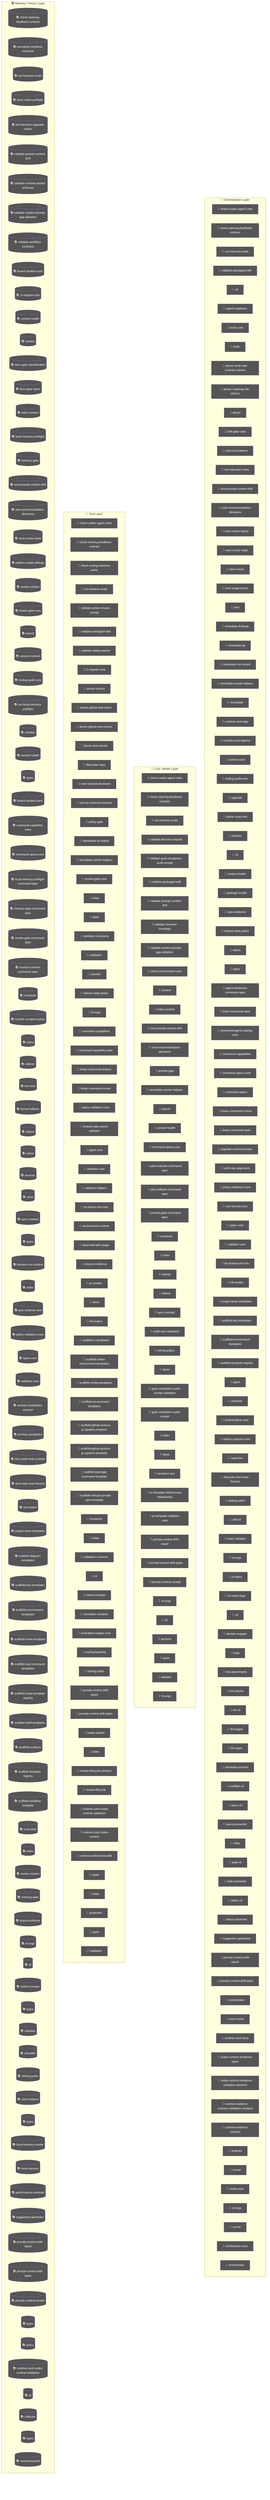
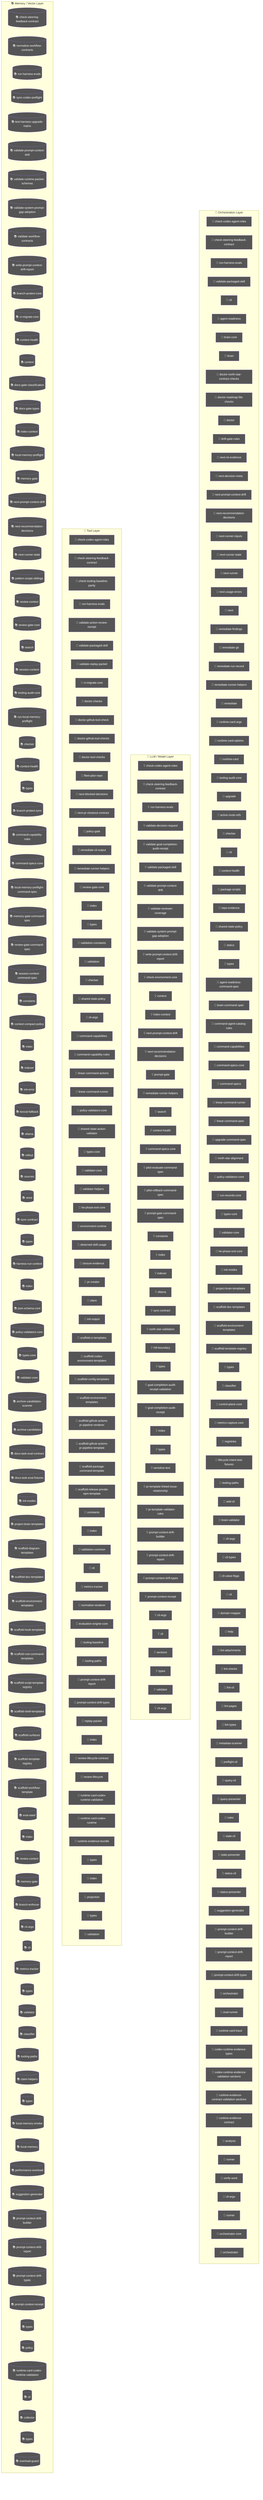
flowchart TD
  subgraph Orchestration["🎯 Orchestration Layer"]
    node_agent_mmd_orchestration_layer_orchestration_chec_7a9f0b64["🤖 check-codex-agent-roles"]
    node_agent_mmd_orchestration_layer_orchestration_chec_7fd47f5c["🤖 check-steering-feedback-contract"]
    node_agent_mmd_orchestration_layer_orchestration_run__18817957["🤖 run-harness-evals"]
    node_agent_mmd_orchestration_layer_orchestration_vali_c01b04be["🤖 validate-packaged-skill"]
    cli_99bb8840["🤖 cli"]
    agent_readiness_c82c68e6["🤖 agent-readiness"]
    brain_core_aa07c380["🤖 brain-core"]
    brain_bbbf7a64["🤖 brain"]
    doctor_north_star_contract_checks_0048124c["🤖 doctor-north-star-contract-checks"]
    doctor_roadmap_file_checks_14447b8e["🤖 doctor-roadmap-file-checks"]
    doctor_72f4be89["🤖 doctor"]
    drift_gate_rules_9685e72d["🤖 drift-gate-rules"]
    next_cli_evidence_2385bd04["🤖 next-cli-evidence"]
    next_decision_meta_c58bc91b["🤖 next-decision-meta"]
    node_agent_mmd_orchestration_layer_orchestration_next_bd28cb25["🤖 next-prompt-context-drift"]
    node_agent_mmd_orchestration_layer_orchestration_next_2419fcae["🤖 next-recommendation-decisions"]
    next_runner_inputs_754dba64["🤖 next-runner-inputs"]
    node_agent_mmd_orchestration_layer_orchestration_next_5393fba1["🤖 next-runner-state"]
    next_runner_41643472["🤖 next-runner"]
    next_usage_errors_837a345a["🤖 next-usage-errors"]
    next_c6c1c9a9["🤖 next"]
    remediate_findings_8b09c8c6["🤖 remediate-findings"]
    remediate_git_58c6f6f4["🤖 remediate-git"]
    remediate_run_record_9dfe5dc1["🤖 remediate-run-record"]
    node_agent_mmd_orchestration_layer_orchestration_reme_359fe98f["🤖 remediate-runner-helpers"]
    remediate_06b9c7fc["🤖 remediate"]
    runtime_card_args_2b3d4b28["🤖 runtime-card-args"]
    runtime_card_options_c9156ad5["🤖 runtime-card-options"]
    runtime_card_e06b53e1["🤖 runtime-card"]
    node_agent_mmd_orchestration_layer_orchestration_tool_acfe0c01["🤖 tooling-audit-core"]
    upgrade_7fef9479["🤖 upgrade"]
    active_route_refs_d7a46846["🤖 active-route-refs"]
    node_agent_mmd_orchestration_layer_orchestration_chec_0550c395["🤖 checker"]
    cli_1_084e05fe["🤖 cli"]
    node_agent_mmd_orchestration_layer_orchestration_cont_61b3b9c9["🤖 context-health"]
    package_scripts_3ee6150f["🤖 package-scripts"]
    repo_evidence_38bb1de5["🤖 repo-evidence"]
    node_agent_mmd_orchestration_layer_orchestration_shar_724ef5f0["🤖 shared-state-policy"]
    status_073c1634["🤖 status"]
    node_agent_mmd_orchestration_layer_orchestration_type_4f906dcc["🤖 types"]
    agent_readiness_command_spec_a30c2c1e["🤖 agent-readiness-command-spec"]
    brain_command_spec_15b122d5["🤖 brain-command-spec"]
    command_agent_catalog_rules_8e06b2af["🤖 command-agent-catalog-rules"]
    node_agent_mmd_orchestration_layer_orchestration_comm_6e41a7f7["🤖 command-capabilities"]
    node_agent_mmd_orchestration_layer_orchestration_comm_1f8cc24c["🤖 command-specs-core"]
    command_specs_69167c63["🤖 command-specs"]
    node_agent_mmd_orchestration_layer_orchestration_line_b67affd5["🤖 linear-command-runner"]
    linear_command_spec_1e12dd44["🤖 linear-command-spec"]
    upgrade_command_spec_03f6c7bd["🤖 upgrade-command-spec"]
    north_star_alignment_00440188["🤖 north-star-alignment"]
    node_agent_mmd_orchestration_layer_orchestration_poli_3270b55d["🤖 policy-validators-core"]
    run_records_core_89286dfa["🤖 run-records-core"]
    node_agent_mmd_orchestration_layer_orchestration_type_7cf81261["🤖 types-core"]
    node_agent_mmd_orchestration_layer_orchestration_vali_d9fe99e6["🤖 validator-core"]
    node_agent_mmd_orchestration_layer_orchestration_he_p_fc778c24["🤖 he-phase-exit-core"]
    node_agent_mmd_orchestration_layer_orchestration_init_2a9c3ecb["🤖 init-modes"]
    node_agent_mmd_orchestration_layer_orchestration_proj_6ab6f60f["🤖 project-brain-templates"]
    node_agent_mmd_orchestration_layer_orchestration_scaf_12cc07db["🤖 scaffold-doc-templates"]
    node_agent_mmd_orchestration_layer_orchestration_scaf_c9a90c2f["🤖 scaffold-environment-templates"]
    node_agent_mmd_orchestration_layer_orchestration_scaf_ff8f92f6["🤖 scaffold-template-registry"]
    types_17_ed30531c["🤖 types"]
    node_agent_mmd_orchestration_layer_orchestration_clas_899b821a["🤖 classifier"]
    control_plane_core_db3b4cb2["🤖 control-plane-core"]
    metrics_capture_core_db4bf7cf["🤖 metrics-capture-core"]
    registries_06402afa["🤖 registries"]
    lifecycle_intent_test_fixtures_a53c7ada["🤖 lifecycle-intent-test-fixtures"]
    node_agent_mmd_orchestration_layer_orchestration_tool_6fb851c8["🤖 tooling-paths"]
    add_cli_7614de25["🤖 add-cli"]
    brain_validator_be251832["🤖 brain-validator"]
    cli_args_8_d546936e["🤖 cli-args"]
    cli_types_1686e858["🤖 cli-types"]
    cli_value_flags_732a8e43["🤖 cli-value-flags"]
    cli_10_35dc8cbd["🤖 cli"]
    domain_mapper_cd9333d2["🤖 domain-mapper"]
    help_106a5842["🤖 help"]
    lint_attachments_873c0632["🤖 lint-attachments"]
    lint_checks_83522b19["🤖 lint-checks"]
    lint_cli_9ec62ec0["🤖 lint-cli"]
    lint_pages_e33301d0["🤖 lint-pages"]
    lint_types_2862c255["🤖 lint-types"]
    metadata_scanner_6a101b66["🤖 metadata-scanner"]
    preflight_cli_5d148379["🤖 preflight-cli"]
    query_cli_b95be64d["🤖 query-cli"]
    query_presenter_02e6077c["🤖 query-presenter"]
    rules_6c621d1a["🤖 rules"]
    stale_cli_64548720["🤖 stale-cli"]
    stale_presenter_1de4e3a2["🤖 stale-presenter"]
    status_cli_4c24a0d6["🤖 status-cli"]
    status_presenter_8de686c1["🤖 status-presenter"]
    node_agent_mmd_orchestration_layer_orchestration_sugg_85c5ebe3["🤖 suggestion-generator"]
+     node_agent_mmd_orchestration_layer_orchestration_prom_e7fa0708["🤖 prompt-context-drift-builder"]
    node_agent_mmd_orchestration_layer_orchestration_prom_d17b4de2["🤖 prompt-context-drift-report"]
    node_agent_mmd_orchestration_layer_orchestration_prom_77088997["🤖 prompt-context-drift-types"]
    orchestrator_11376b7e["🤖 orchestrator"]
    eval_runner_0966a6b3["🤖 eval-runner"]
    runtime_card_trace_64a5ca95["🤖 runtime-card-trace"]
    codex_runtime_evidence_types_f55808dd["🤖 codex-runtime-evidence-types"]
    codex_runtime_evidence_validation_sections_6d236b4a["🤖 codex-runtime-evidence-validation-sections"]
    runtime_evidence_contract_validation_sections_1779ca7c["🤖 runtime-evidence-contract-validation-sections"]
    runtime_evidence_contract_0f7b15b2["🤖 runtime-evidence-contract"]
    analysis_f44e85c4["🤖 analysis"]
    runner_527aa9f4["🤖 runner"]
    verify_work_1_cd8e7ec3["🤖 verify-work"]
    cli_args_14_3481043e["🤖 cli-args"]
    runner_1_6f281bf8["🤖 runner"]
    orchestrator_core_d0678b53["🤖 orchestrator-core"]
    orchestrator_1_6b7137c5["🤖 orchestrator"]
  end
  subgraph LLMLayer["🧠 LLM / Model Layer"]
    node_agent_mmd_llm_model_layer_llmlayer_check_codex_a_29e7b7fa["💡 check-codex-agent-roles"]
    node_agent_mmd_llm_model_layer_llmlayer_check_steerin_0e1bf90d["💡 check-steering-feedback-contract"]
    node_agent_mmd_llm_model_layer_llmlayer_run_harness_e_603fcfdc["💡 run-harness-evals"]
    validate_decision_request_2e5c325e["💡 validate-decision-request"]
    validate_goal_completion_audit_receipt_100d252c["💡 validate-goal-completion-audit-receipt"]
    node_agent_mmd_llm_model_layer_llmlayer_validate_pack_2a12e1f4["💡 validate-packaged-skill"]
    node_agent_mmd_llm_model_layer_llmlayer_validate_prom_9880f764["💡 validate-prompt-context-drift"]
    validate_reviewer_coverage_251efee3["💡 validate-reviewer-coverage"]
    node_agent_mmd_llm_model_layer_llmlayer_validate_syst_5636156e["💡 validate-system-prompt-gap-adoption"]
+     node_agent_mmd_llm_model_layer_llmlayer_write_prompt__cd0a0f0b["💡 write-prompt-context-drift-report"]
    check_environment_core_2c16213f["💡 check-environment-core"]
    node_agent_mmd_llm_model_layer_llmlayer_context_conte_ad2dfbd9["💡 context"]
    node_agent_mmd_llm_model_layer_llmlayer_index_context_1041bd11["💡 index-context"]
    node_agent_mmd_llm_model_layer_llmlayer_next_prompt_c_bdfb9c8c["💡 next-prompt-context-drift"]
    node_agent_mmd_llm_model_layer_llmlayer_next_recommen_b2930791["💡 next-recommendation-decisions"]
    prompt_gate_c5e9d207["💡 prompt-gate"]
    node_agent_mmd_llm_model_layer_llmlayer_remediate_run_9e3d4585["💡 remediate-runner-helpers"]
    node_agent_mmd_llm_model_layer_llmlayer_search_search_66b9a911["💡 search"]
    node_agent_mmd_llm_model_layer_llmlayer_context_healt_cfc0bfa8["💡 context-health"]
    node_agent_mmd_llm_model_layer_llmlayer_command_specs_782af9fa["💡 command-specs-core"]
    pilot_evaluate_command_spec_1084ea72["💡 pilot-evaluate-command-spec"]
    pilot_rollback_command_spec_4fe69f7d["💡 pilot-rollback-command-spec"]
    prompt_gate_command_spec_9a941482["💡 prompt-gate-command-spec"]
    node_agent_mmd_llm_model_layer_llmlayer_constants_con_c9bd3f6c["💡 constants"]
    node_agent_mmd_llm_model_layer_llmlayer_index_index_1_02e160ff["💡 index"]
    node_agent_mmd_llm_model_layer_llmlayer_indexer_index_4f4deef5["💡 indexer"]
    node_agent_mmd_llm_model_layer_llmlayer_ollama_ollama_968b23fa["💡 ollama"]
    node_agent_mmd_llm_model_layer_llmlayer_sync_contract_9f3cc8c1["💡 sync-contract"]
    north_star_validators_cfc926ce["💡 north-star-validators"]
    hilt_boundary_9b36fb15["💡 hilt-boundary"]
    types_10_75e5a4a0["💡 types"]
    goal_completion_audit_receipt_validation_9d0f4891["💡 goal-completion-audit-receipt-validation"]
    goal_completion_audit_receipt_5e4939c3["💡 goal-completion-audit-receipt"]
    index_5_522f772a["💡 index"]
    node_agent_mmd_llm_model_layer_llmlayer_constants_con_c9bd3f6c["💡 constants"]
    types_18_37582e2a["💡 types"]
    sensitive_text_7c11f760["💡 sensitive-text"]
    pr_template_linked_issue_relationship_a7b61f2c["💡 pr-template-linked-issue-relationship"]
    pr_template_validator_rules_20a32d6b["💡 pr-template-validator-rules"]
    node_agent_mmd_llm_model_layer_llmlayer_index_index_1_02e160ff["💡 index"]
+     node_agent_mmd_llm_model_layer_llmlayer_prompt_contex_0bf03c2e["💡 prompt-context-drift-builder"]
    node_agent_mmd_llm_model_layer_llmlayer_prompt_contex_81f9066a["💡 prompt-context-drift-report"]
    node_agent_mmd_llm_model_layer_llmlayer_prompt_contex_e5066b88["💡 prompt-context-drift-types"]
    node_agent_mmd_llm_model_layer_llmlayer_index_index_1_02e160ff["💡 index"]
    node_agent_mmd_llm_model_layer_llmlayer_prompt_contex_6426acc2["💡 prompt-context-receipt"]
    cli_args_9_9c136878["💡 cli-args"]
    cli_11_338a8415["💡 cli"]
    sections_4697ef32["💡 sections"]
    types_28_4476fcc6["💡 types"]
    validator_7_f836eb0e["💡 validator"]
    cli_args_10_861cdd3f["💡 cli-args"]
  end
  subgraph ToolLayer["🔧 Tool Layer"]
    node_agent_mmd_tool_layer_toollayer_check_codex_agent_4b361d5a["🔧 check-codex-agent-roles"]
    node_agent_mmd_tool_layer_toollayer_check_steering_fe_eafecf3a["🔧 check-steering-feedback-contract"]
    check_tooling_baseline_parity_3124b30a["🔧 check-tooling-baseline-parity"]
    node_agent_mmd_tool_layer_toollayer_run_harness_evals_e2ee24f1["🔧 run-harness-evals"]
    validate_action_review_receipt_fa2f06c3["🔧 validate-action-review-receipt"]
    node_agent_mmd_tool_layer_toollayer_validate_packaged_2855c827["🔧 validate-packaged-skill"]
    validate_replay_packet_f309747e["🔧 validate-replay-packet"]
    node_agent_mmd_tool_layer_toollayer_ci_migrate_core_c_049f8460["🔧 ci-migrate-core"]
    doctor_checks_5a2eb2b9["🔧 doctor-checks"]
    doctor_github_tool_check_e0a938df["🔧 doctor-github-tool-check"]
    doctor_github_tool_checks_a53b0382["🔧 doctor-github-tool-checks"]
    doctor_tool_checks_4acac51a["🔧 doctor-tool-checks"]
    fleet_plan_repo_ecdc6499["🔧 fleet-plan-repo"]
    next_blocked_decisions_4140ad2b["🔧 next-blocked-decisions"]
    next_pr_closeout_contract_af31d30a["🔧 next-pr-closeout-contract"]
    policy_gate_213f7313["🔧 policy-gate"]
    remediate_cli_output_cc165396["🔧 remediate-cli-output"]
    node_agent_mmd_tool_layer_toollayer_remediate_runner__c003b871["🔧 remediate-runner-helpers"]
    node_agent_mmd_tool_layer_toollayer_review_gate_core__7704598b["🔧 review-gate-core"]
    index_1bc04b52["🔧 index"]
    types_1_4ecdf56e["🔧 types"]
    validation_constants_e002a0f6["🔧 validation-constants"]
    validation_98c41dcd["🔧 validation"]
    node_agent_mmd_tool_layer_toollayer_checker_checker_2_453d593b["🔧 checker"]
    node_agent_mmd_tool_layer_toollayer_shared_state_poli_53734acd["🔧 shared-state-policy"]
    cli_args_1_6144b055["🔧 cli-args"]
    node_agent_mmd_tool_layer_toollayer_command_capabilit_7fe13db1["🔧 command-capabilities"]
    node_agent_mmd_tool_layer_toollayer_command_capabilit_e97a4615["🔧 command-capability-rules"]
    linear_command_actions_e430f4f4["🔧 linear-command-actions"]
    node_agent_mmd_tool_layer_toollayer_linear_command_ru_d6763748["🔧 linear-command-runner"]
    node_agent_mmd_tool_layer_toollayer_policy_validators_af136abf["🔧 policy-validators-core"]
    shared_state_action_validator_e7b128cd["🔧 shared-state-action-validator"]
    node_agent_mmd_tool_layer_toollayer_types_core_types__6c8319b6["🔧 types-core"]
    node_agent_mmd_tool_layer_toollayer_validator_core_va_6ef6131f["🔧 validator-core"]
    validator_helpers_7b927667["🔧 validator-helpers"]
    node_agent_mmd_tool_layer_toollayer_he_phase_exit_cor_af016160["🔧 he-phase-exit-core"]
    environment_runtime_3206f0a8["🔧 environment-runtime"]
    observed_skill_usage_ed7d5930["🔧 observed-skill-usage"]
    closure_evidence_aaa31467["🔧 closure-evidence"]
    pr_creator_dc6b1ea4["🔧 pr-creator"]
    client_948fe603["🔧 client"]
    init_output_360dce91["🔧 init-output"]
    scaffold_ci_templates_2afd6392["🔧 scaffold-ci-templates"]
    scaffold_codex_environment_templates_334fbbed["🔧 scaffold-codex-environment-templates"]
    scaffold_config_templates_4b80ce53["🔧 scaffold-config-templates"]
    node_agent_mmd_tool_layer_toollayer_scaffold_environm_c1afc013["🔧 scaffold-environment-templates"]
    scaffold_github_actions_pr_pipeline_renderer_1ee18de5["🔧 scaffold-github-actions-pr-pipeline-renderer"]
    scaffold_github_actions_pr_pipeline_template_e2b85f62["🔧 scaffold-github-actions-pr-pipeline-template"]
    scaffold_package_command_template_80e32e83["🔧 scaffold-package-command-template"]
    scaffold_release_private_npm_template_075499f8["🔧 scaffold-release-private-npm-template"]
    node_agent_mmd_tool_layer_toollayer_constants_constan_9d71b829["🔧 constants"]
    index_9_32dd4d91["🔧 index"]
    validation_common_6161e48b["🔧 validation-common"]
    node_agent_mmd_tool_layer_toollayer_cli_cli_2_1_32d9eeaf["🔧 cli"]
    node_agent_mmd_tool_layer_toollayer_metrics_tracker_m_4c9237d8["🔧 metrics-tracker"]
    normalise_renderer_85f2e563["🔧 normalise-renderer"]
    evaluation_engine_core_e054fe49["🔧 evaluation-engine-core"]
    tooling_baseline_50ab2eeb["🔧 tooling-baseline"]
    node_agent_mmd_tool_layer_toollayer_tooling_paths_too_64483840["🔧 tooling-paths"]
    node_agent_mmd_tool_layer_toollayer_prompt_context_dr_a2772f2b["🔧 prompt-context-drift-report"]
    node_agent_mmd_tool_layer_toollayer_prompt_context_dr_bd82da46["🔧 prompt-context-drift-types"]
    replay_packet_a1293f88["🔧 replay-packet"]
    index_14_d982116c["🔧 index"]
    review_lifecycle_contract_e5447221["🔧 review-lifecycle-contract"]
    review_lifecycle_89afa64c["🔧 review-lifecycle"]
    node_agent_mmd_tool_layer_toollayer_runtime_card_code_3636ceac["🔧 runtime-card-codex-runtime-validation"]
    runtime_card_codex_runtime_0655e230["🔧 runtime-card-codex-runtime"]
    runtime_evidence_bundle_d471a232["🔧 runtime-evidence-bundle"]
    types_37_32ccf9f9["🔧 types"]
    index_17_642943a2["🔧 index"]
    projection_1b250ea1["🔧 projection"]
    types_39_d07de160["🔧 types"]
    validation_8_b9fa10af["🔧 validation"]
  end
  subgraph MemoryLayer["📚 Memory / Vector Layer"]
    node_agent_mmd_memory_vector_layer_memorylayer_check__64c86928[("📚 check-steering-feedback-contract")]
    normalize_workflow_contracts_8701f1c8[("📚 normalize-workflow-contracts")]
    node_agent_mmd_memory_vector_layer_memorylayer_run_ha_5b637d0d[("📚 run-harness-evals")]
    sync_codex_preflight_7e7a8dc2[("📚 sync-codex-preflight")]
    test_harness_upgrade_matrix_84113c4e[("📚 test-harness-upgrade-matrix")]
    node_agent_mmd_memory_vector_layer_memorylayer_valida_c52c4db8[("📚 validate-prompt-context-drift")]
    validate_runtime_packet_schemas_bc3ba8ec[("📚 validate-runtime-packet-schemas")]
    node_agent_mmd_memory_vector_layer_memorylayer_valida_db599a97[("📚 validate-system-prompt-gap-adoption")]
    validate_workflow_contracts_33dc063c[("📚 validate-workflow-contracts")]
+     node_agent_mmd_memory_vector_layer_memorylayer_write__a8df92d8[("📚 write-prompt-context-drift-report")]
    branch_protect_core_a8feb0fd[("📚 branch-protect-core")]
    node_agent_mmd_memory_vector_layer_memorylayer_ci_mig_0cd5b1a4[("📚 ci-migrate-core")]
    context_health_80bb7da9[("📚 context-health")]
    node_agent_mmd_memory_vector_layer_memorylayer_contex_78ceaaa9[("📚 context")]
    docs_gate_classification_2f51c90b[("📚 docs-gate-classification")]
    docs_gate_types_d285abb6[("📚 docs-gate-types")]
    node_agent_mmd_memory_vector_layer_memorylayer_index__6f3402d0[("📚 index-context")]
    local_memory_preflight_dcc36c42[("📚 local-memory-preflight")]
    memory_gate_a577a506[("📚 memory-gate")]
    node_agent_mmd_memory_vector_layer_memorylayer_next_p_25a3d4ff[("📚 next-prompt-context-drift")]
    node_agent_mmd_memory_vector_layer_memorylayer_next_r_ef64c9f9[("📚 next-recommendation-decisions")]
    node_agent_mmd_memory_vector_layer_memorylayer_next_r_7feb80cc[("📚 next-runner-state")]
    pattern_scope_siblings_43abe000[("📚 pattern-scope-siblings")]
    review_context_ca6cf81d[("📚 review-context")]
    node_agent_mmd_memory_vector_layer_memorylayer_review_5bee9816[("📚 review-gate-core")]
    node_agent_mmd_memory_vector_layer_memorylayer_search_ac35cb7e[("📚 search")]
    session_context_e5ec72c0[("📚 session-context")]
    node_agent_mmd_memory_vector_layer_memorylayer_toolin_a1185b8f[("📚 tooling-audit-core")]
    run_local_memory_preflight_36e92808[("📚 run-local-memory-preflight")]
    node_agent_mmd_memory_vector_layer_memorylayer_checke_a583eb4f[("📚 checker")]
    node_agent_mmd_memory_vector_layer_memorylayer_contex_3204aa0e[("📚 context-health")]
    node_agent_mmd_memory_vector_layer_memorylayer_types__9ad640a0[("📚 types")]
    branch_protect_sync_570adb18[("📚 branch-protect-sync")]
    node_agent_mmd_memory_vector_layer_memorylayer_comman_c72a5d05[("📚 command-capability-rules")]
    node_agent_mmd_memory_vector_layer_memorylayer_comman_111eb454[("📚 command-specs-core")]
    local_memory_preflight_command_spec_9e23f3ce[("📚 local-memory-preflight-command-spec")]
    memory_gate_command_spec_dc9001a9[("📚 memory-gate-command-spec")]
    review_gate_command_spec_3187376a[("📚 review-gate-command-spec")]
    session_context_command_spec_973afbb1[("📚 session-context-command-spec")]
    node_agent_mmd_memory_vector_layer_memorylayer_consta_702d3f46[("📚 constants")]
    context_compact_policy_3dcaf95d[("📚 context-compact-policy")]
    node_agent_mmd_memory_vector_layer_memorylayer_index__752bc61e[("📚 index")]
    node_agent_mmd_memory_vector_layer_memorylayer_indexe_93e6d86f[("📚 indexer")]
    init_error_5c7dd49f[("📚 init-error")]
    lexical_fallback_723e2b3e[("📚 lexical-fallback")]
    node_agent_mmd_memory_vector_layer_memorylayer_ollama_6d51be16[("📚 ollama")]
    rollout_a4fa034c[("📚 rollout")]
    sources_878a52fc[("📚 sources")]
    store_824d80d7[("📚 store")]
    node_agent_mmd_memory_vector_layer_memorylayer_sync_c_e43418bc[("📚 sync-contract")]
    types_8_f6283648[("📚 types")]
    harness_run_context_ac7c77a9[("📚 harness-run-context")]
    index_4_013aa0e3[("📚 index")]
    json_schema_core_96d7e328[("📚 json-schema-core")]
    node_agent_mmd_memory_vector_layer_memorylayer_policy_1944de42[("📚 policy-validators-core")]
    node_agent_mmd_memory_vector_layer_memorylayer_types__83f369fa[("📚 types-core")]
    node_agent_mmd_memory_vector_layer_memorylayer_valida_41034356[("📚 validator-core")]
    archive_candidates_scanner_d0931789[("📚 archive-candidates-scanner")]
    archive_candidates_dc0e40e1[("📚 archive-candidates")]
    docs_task_eval_contract_79347457[("📚 docs-task-eval-contract")]
    docs_task_eval_fixtures_44902755[("📚 docs-task-eval-fixtures")]
    node_agent_mmd_memory_vector_layer_memorylayer_init_m_333d02c5[("📚 init-modes")]
    node_agent_mmd_memory_vector_layer_memorylayer_projec_3ae304d9[("📚 project-brain-templates")]
    scaffold_diagram_templates_dd88e83c[("📚 scaffold-diagram-templates")]
    node_agent_mmd_memory_vector_layer_memorylayer_scaffo_5fd73b94[("📚 scaffold-doc-templates")]
    node_agent_mmd_memory_vector_layer_memorylayer_scaffo_12b42341[("📚 scaffold-environment-templates")]
    scaffold_hook_templates_8c74ab50[("📚 scaffold-hook-templates")]
    scaffold_root_command_templates_404fed7f[("📚 scaffold-root-command-templates")]
    scaffold_script_template_registry_69312d4e[("📚 scaffold-script-template-registry")]
    scaffold_shell_templates_0ad0f915[("📚 scaffold-shell-templates")]
    scaffold_surfaces_12d6494e[("📚 scaffold-surfaces")]
    node_agent_mmd_memory_vector_layer_memorylayer_scaffo_a86eece1[("📚 scaffold-template-registry")]
    scaffold_workflow_template_92310587[("📚 scaffold-workflow-template")]
    eval_seed_5699fd3e[("📚 eval-seed")]
    index_10_f6785a46[("📚 index")]
    review_context_1_e3afed15[("📚 review-context")]
    memory_gate_1_265164ac[("📚 memory-gate")]
    branch_enforcer_acb749cd[("📚 branch-enforcer")]
    cli_args_5_09ea29f0[("📚 cli-args")]
    node_agent_mmd_memory_vector_layer_memorylayer_cli_cl_1f1f89ab[("📚 cli")]
    node_agent_mmd_memory_vector_layer_memorylayer_metric_12562178[("📚 metrics-tracker")]
    types_20_071a0112[("📚 types")]
    validator_5_b19ac2be[("📚 validator")]
    node_agent_mmd_memory_vector_layer_memorylayer_classi_1ebbf5ff[("📚 classifier")]
    node_agent_mmd_memory_vector_layer_memorylayer_toolin_0b766498[("📚 tooling-paths")]
    claim_helpers_20dc8387[("📚 claim-helpers")]
    types_25_89d086aa[("📚 types")]
    local_memory_smoke_1175abfc[("📚 local-memory-smoke")]
    local_memory_0db17ecc[("📚 local-memory")]
    performance_overload_c685bfcf[("📚 performance-overload")]
    node_agent_mmd_memory_vector_layer_memorylayer_sugges_267f408d[("📚 suggestion-generator")]
    node_agent_mmd_memory_vector_layer_memorylayer_index__752bc61e[("📚 index")]
+     node_agent_mmd_memory_vector_layer_memorylayer_prompt_b3bc9b07[("📚 prompt-context-drift-builder")]
    node_agent_mmd_memory_vector_layer_memorylayer_prompt_ae34fc43[("📚 prompt-context-drift-report")]
    node_agent_mmd_memory_vector_layer_memorylayer_prompt_efd77624[("📚 prompt-context-drift-types")]
    node_agent_mmd_memory_vector_layer_memorylayer_index__752bc61e[("📚 index")]
    node_agent_mmd_memory_vector_layer_memorylayer_prompt_55c0d605[("📚 prompt-context-receipt")]
    types_32_bfe791ff[("📚 types")]
    policy_1_fc4198db[("📚 policy")]
    node_agent_mmd_memory_vector_layer_memorylayer_runtim_a5d23e7f[("📚 runtime-card-codex-runtime-validation")]
    cli_12_01c06c37[("📚 cli")]
    collector_0736fd5b[("📚 collector")]
    types_35_93e66c64[("📚 types")]
    overload_guard_2748c559[("📚 overload-guard")]
  end
  classDef agentNode fill:#555,color:#fff
-   class node_agent_mmd_orchestration_layer_orchestration_chec_7a9f0b64,node_agent_mmd_llm_model_layer_llmlayer_check_codex_a_29e7b7fa,node_agent_mmd_tool_layer_toollayer_check_codex_agent_4b361d5a,node_agent_mmd_orchestration_layer_orchestration_chec_7fd47f5c,node_agent_mmd_llm_model_layer_llmlayer_check_steerin_0e1bf90d,node_agent_mmd_tool_layer_toollayer_check_steering_fe_eafecf3a,node_agent_mmd_memory_vector_layer_memorylayer_check__64c86928,node_agent_mmd_orchestration_layer_orchestration_run__18817957,node_agent_mmd_llm_model_layer_llmlayer_run_harness_e_603fcfdc,node_agent_mmd_tool_layer_toollayer_run_harness_evals_e2ee24f1,node_agent_mmd_memory_vector_layer_memorylayer_run_ha_5b637d0d,node_agent_mmd_orchestration_layer_orchestration_vali_c01b04be,node_agent_mmd_llm_model_layer_llmlayer_validate_pack_2a12e1f4,node_agent_mmd_tool_layer_toollayer_validate_packaged_2855c827,cli_99bb8840,agent_readiness_c82c68e6,brain_core_aa07c380,brain_bbbf7a64,doctor_north_star_contract_checks_0048124c,doctor_roadmap_file_checks_14447b8e,doctor_72f4be89,drift_gate_rules_9685e72d,next_cli_evidence_2385bd04,next_decision_meta_c58bc91b,node_agent_mmd_orchestration_layer_orchestration_next_bd28cb25,node_agent_mmd_llm_model_layer_llmlayer_next_prompt_c_bdfb9c8c,node_agent_mmd_memory_vector_layer_memorylayer_next_p_25a3d4ff,node_agent_mmd_orchestration_layer_orchestration_next_2419fcae,node_agent_mmd_llm_model_layer_llmlayer_next_recommen_b2930791,node_agent_mmd_memory_vector_layer_memorylayer_next_r_ef64c9f9,next_runner_inputs_754dba64,node_agent_mmd_orchestration_layer_orchestration_next_5393fba1,node_agent_mmd_memory_vector_layer_memorylayer_next_r_7feb80cc,next_runner_41643472,next_usage_errors_837a345a,next_c6c1c9a9,remediate_findings_8b09c8c6,remediate_git_58c6f6f4,remediate_run_record_9dfe5dc1,node_agent_mmd_orchestration_layer_orchestration_reme_359fe98f,node_agent_mmd_llm_model_layer_llmlayer_remediate_run_9e3d4585,node_agent_mmd_tool_layer_toollayer_remediate_runner__c003b871,remediate_06b9c7fc,runtime_card_args_2b3d4b28,runtime_card_options_c9156ad5,runtime_card_e06b53e1,node_agent_mmd_orchestration_layer_orchestration_tool_acfe0c01,node_agent_mmd_memory_vector_layer_memorylayer_toolin_a1185b8f,upgrade_7fef9479,active_route_refs_d7a46846,node_agent_mmd_orchestration_layer_orchestration_chec_0550c395,node_agent_mmd_tool_layer_toollayer_checker_checker_2_453d593b,node_agent_mmd_memory_vector_layer_memorylayer_checke_a583eb4f,cli_1_084e05fe,node_agent_mmd_orchestration_layer_orchestration_cont_61b3b9c9,node_agent_mmd_llm_model_layer_llmlayer_context_healt_cfc0bfa8,node_agent_mmd_memory_vector_layer_memorylayer_contex_3204aa0e,package_scripts_3ee6150f,repo_evidence_38bb1de5,node_agent_mmd_orchestration_layer_orchestration_shar_724ef5f0,node_agent_mmd_tool_layer_toollayer_shared_state_poli_53734acd,status_073c1634,node_agent_mmd_orchestration_layer_orchestration_type_4f906dcc,node_agent_mmd_memory_vector_layer_memorylayer_types__9ad640a0,agent_readiness_command_spec_a30c2c1e,brain_command_spec_15b122d5,command_agent_catalog_rules_8e06b2af,node_agent_mmd_orchestration_layer_orchestration_comm_6e41a7f7,node_agent_mmd_tool_layer_toollayer_command_capabilit_7fe13db1,node_agent_mmd_orchestration_layer_orchestration_comm_1f8cc24c,node_agent_mmd_llm_model_layer_llmlayer_command_specs_782af9fa,node_agent_mmd_memory_vector_layer_memorylayer_comman_111eb454,command_specs_69167c63,node_agent_mmd_orchestration_layer_orchestration_line_b67affd5,node_agent_mmd_tool_layer_toollayer_linear_command_ru_d6763748,linear_command_spec_1e12dd44,upgrade_command_spec_03f6c7bd,north_star_alignment_00440188,node_agent_mmd_orchestration_layer_orchestration_poli_3270b55d,node_agent_mmd_tool_layer_toollayer_policy_validators_af136abf,node_agent_mmd_memory_vector_layer_memorylayer_policy_1944de42,run_records_core_89286dfa,node_agent_mmd_orchestration_layer_orchestration_type_7cf81261,node_agent_mmd_tool_layer_toollayer_types_core_types__6c8319b6,node_agent_mmd_memory_vector_layer_memorylayer_types__83f369fa,node_agent_mmd_orchestration_layer_orchestration_vali_d9fe99e6,node_agent_mmd_tool_layer_toollayer_validator_core_va_6ef6131f,node_agent_mmd_memory_vector_layer_memorylayer_valida_41034356,node_agent_mmd_orchestration_layer_orchestration_he_p_fc778c24,node_agent_mmd_tool_layer_toollayer_he_phase_exit_cor_af016160,node_agent_mmd_orchestration_layer_orchestration_init_2a9c3ecb,node_agent_mmd_memory_vector_layer_memorylayer_init_m_333d02c5,node_agent_mmd_orchestration_layer_orchestration_proj_6ab6f60f,node_agent_mmd_memory_vector_layer_memorylayer_projec_3ae304d9,node_agent_mmd_orchestration_layer_orchestration_scaf_12cc07db,node_agent_mmd_memory_vector_layer_memorylayer_scaffo_5fd73b94,node_agent_mmd_orchestration_layer_orchestration_scaf_c9a90c2f,node_agent_mmd_tool_layer_toollayer_scaffold_environm_c1afc013,node_agent_mmd_memory_vector_layer_memorylayer_scaffo_12b42341,node_agent_mmd_orchestration_layer_orchestration_scaf_ff8f92f6,node_agent_mmd_memory_vector_layer_memorylayer_scaffo_a86eece1,types_17_ed30531c,node_agent_mmd_orchestration_layer_orchestration_clas_899b821a,node_agent_mmd_memory_vector_layer_memorylayer_classi_1ebbf5ff,control_plane_core_db3b4cb2,metrics_capture_core_db4bf7cf,registries_06402afa,lifecycle_intent_test_fixtures_a53c7ada,node_agent_mmd_orchestration_layer_orchestration_tool_6fb851c8,node_agent_mmd_tool_layer_toollayer_tooling_paths_too_64483840,node_agent_mmd_memory_vector_layer_memorylayer_toolin_0b766498,add_cli_7614de25,brain_validator_be251832,cli_args_8_d546936e,cli_types_1686e858,cli_value_flags_732a8e43,cli_10_35dc8cbd,domain_mapper_cd9333d2,help_106a5842,lint_attachments_873c0632,lint_checks_83522b19,lint_cli_9ec62ec0,lint_pages_e33301d0,lint_types_2862c255,metadata_scanner_6a101b66,preflight_cli_5d148379,query_cli_b95be64d,query_presenter_02e6077c,rules_6c621d1a,stale_cli_64548720,stale_presenter_1de4e3a2,status_cli_4c24a0d6,status_presenter_8de686c1,node_agent_mmd_orchestration_layer_orchestration_sugg_85c5ebe3,node_agent_mmd_memory_vector_layer_memorylayer_sugges_267f408d,node_agent_mmd_orchestration_layer_orchestration_prom_d17b4de2,node_agent_mmd_llm_model_layer_llmlayer_prompt_contex_81f9066a,node_agent_mmd_tool_layer_toollayer_prompt_context_dr_a2772f2b,node_agent_mmd_memory_vector_layer_memorylayer_prompt_ae34fc43,node_agent_mmd_orchestration_layer_orchestration_prom_77088997,node_agent_mmd_llm_model_layer_llmlayer_prompt_contex_e5066b88,node_agent_mmd_tool_layer_toollayer_prompt_context_dr_bd82da46,node_agent_mmd_memory_vector_layer_memorylayer_prompt_efd77624,orchestrator_11376b7e,eval_runner_0966a6b3,runtime_card_trace_64a5ca95,codex_runtime_evidence_types_f55808dd,codex_runtime_evidence_validation_sections_6d236b4a,runtime_evidence_contract_validation_sections_1779ca7c,runtime_evidence_contract_0f7b15b2,analysis_f44e85c4,runner_527aa9f4,verify_work_1_cd8e7ec3,cli_args_14_3481043e,runner_1_6f281bf8,orchestrator_core_d0678b53,orchestrator_1_6b7137c5 agentNode
+   class node_agent_mmd_orchestration_layer_orchestration_chec_7a9f0b64,node_agent_mmd_llm_model_layer_llmlayer_check_codex_a_29e7b7fa,node_agent_mmd_tool_layer_toollayer_check_codex_agent_4b361d5a,node_agent_mmd_orchestration_layer_orchestration_chec_7fd47f5c,node_agent_mmd_llm_model_layer_llmlayer_check_steerin_0e1bf90d,node_agent_mmd_tool_layer_toollayer_check_steering_fe_eafecf3a,node_agent_mmd_memory_vector_layer_memorylayer_check__64c86928,node_agent_mmd_orchestration_layer_orchestration_run__18817957,node_agent_mmd_llm_model_layer_llmlayer_run_harness_e_603fcfdc,node_agent_mmd_tool_layer_toollayer_run_harness_evals_e2ee24f1,node_agent_mmd_memory_vector_layer_memorylayer_run_ha_5b637d0d,node_agent_mmd_orchestration_layer_orchestration_vali_c01b04be,node_agent_mmd_llm_model_layer_llmlayer_validate_pack_2a12e1f4,node_agent_mmd_tool_layer_toollayer_validate_packaged_2855c827,cli_99bb8840,agent_readiness_c82c68e6,brain_core_aa07c380,brain_bbbf7a64,doctor_north_star_contract_checks_0048124c,doctor_roadmap_file_checks_14447b8e,doctor_72f4be89,drift_gate_rules_9685e72d,next_cli_evidence_2385bd04,next_decision_meta_c58bc91b,node_agent_mmd_orchestration_layer_orchestration_next_bd28cb25,node_agent_mmd_llm_model_layer_llmlayer_next_prompt_c_bdfb9c8c,node_agent_mmd_memory_vector_layer_memorylayer_next_p_25a3d4ff,node_agent_mmd_orchestration_layer_orchestration_next_2419fcae,node_agent_mmd_llm_model_layer_llmlayer_next_recommen_b2930791,node_agent_mmd_memory_vector_layer_memorylayer_next_r_ef64c9f9,next_runner_inputs_754dba64,node_agent_mmd_orchestration_layer_orchestration_next_5393fba1,node_agent_mmd_memory_vector_layer_memorylayer_next_r_7feb80cc,next_runner_41643472,next_usage_errors_837a345a,next_c6c1c9a9,remediate_findings_8b09c8c6,remediate_git_58c6f6f4,remediate_run_record_9dfe5dc1,node_agent_mmd_orchestration_layer_orchestration_reme_359fe98f,node_agent_mmd_llm_model_layer_llmlayer_remediate_run_9e3d4585,node_agent_mmd_tool_layer_toollayer_remediate_runner__c003b871,remediate_06b9c7fc,runtime_card_args_2b3d4b28,runtime_card_options_c9156ad5,runtime_card_e06b53e1,node_agent_mmd_orchestration_layer_orchestration_tool_acfe0c01,node_agent_mmd_memory_vector_layer_memorylayer_toolin_a1185b8f,upgrade_7fef9479,active_route_refs_d7a46846,node_agent_mmd_orchestration_layer_orchestration_chec_0550c395,node_agent_mmd_tool_layer_toollayer_checker_checker_2_453d593b,node_agent_mmd_memory_vector_layer_memorylayer_checke_a583eb4f,cli_1_084e05fe,node_agent_mmd_orchestration_layer_orchestration_cont_61b3b9c9,node_agent_mmd_llm_model_layer_llmlayer_context_healt_cfc0bfa8,node_agent_mmd_memory_vector_layer_memorylayer_contex_3204aa0e,package_scripts_3ee6150f,repo_evidence_38bb1de5,node_agent_mmd_orchestration_layer_orchestration_shar_724ef5f0,node_agent_mmd_tool_layer_toollayer_shared_state_poli_53734acd,status_073c1634,node_agent_mmd_orchestration_layer_orchestration_type_4f906dcc,node_agent_mmd_memory_vector_layer_memorylayer_types__9ad640a0,agent_readiness_command_spec_a30c2c1e,brain_command_spec_15b122d5,command_agent_catalog_rules_8e06b2af,node_agent_mmd_orchestration_layer_orchestration_comm_6e41a7f7,node_agent_mmd_tool_layer_toollayer_command_capabilit_7fe13db1,node_agent_mmd_orchestration_layer_orchestration_comm_1f8cc24c,node_agent_mmd_llm_model_layer_llmlayer_command_specs_782af9fa,node_agent_mmd_memory_vector_layer_memorylayer_comman_111eb454,command_specs_69167c63,node_agent_mmd_orchestration_layer_orchestration_line_b67affd5,node_agent_mmd_tool_layer_toollayer_linear_command_ru_d6763748,linear_command_spec_1e12dd44,upgrade_command_spec_03f6c7bd,north_star_alignment_00440188,node_agent_mmd_orchestration_layer_orchestration_poli_3270b55d,node_agent_mmd_tool_layer_toollayer_policy_validators_af136abf,node_agent_mmd_memory_vector_layer_memorylayer_policy_1944de42,run_records_core_89286dfa,node_agent_mmd_orchestration_layer_orchestration_type_7cf81261,node_agent_mmd_tool_layer_toollayer_types_core_types__6c8319b6,node_agent_mmd_memory_vector_layer_memorylayer_types__83f369fa,node_agent_mmd_orchestration_layer_orchestration_vali_d9fe99e6,node_agent_mmd_tool_layer_toollayer_validator_core_va_6ef6131f,node_agent_mmd_memory_vector_layer_memorylayer_valida_41034356,node_agent_mmd_orchestration_layer_orchestration_he_p_fc778c24,node_agent_mmd_tool_layer_toollayer_he_phase_exit_cor_af016160,node_agent_mmd_orchestration_layer_orchestration_init_2a9c3ecb,node_agent_mmd_memory_vector_layer_memorylayer_init_m_333d02c5,node_agent_mmd_orchestration_layer_orchestration_proj_6ab6f60f,node_agent_mmd_memory_vector_layer_memorylayer_projec_3ae304d9,node_agent_mmd_orchestration_layer_orchestration_scaf_12cc07db,node_agent_mmd_memory_vector_layer_memorylayer_scaffo_5fd73b94,node_agent_mmd_orchestration_layer_orchestration_scaf_c9a90c2f,node_agent_mmd_tool_layer_toollayer_scaffold_environm_c1afc013,node_agent_mmd_memory_vector_layer_memorylayer_scaffo_12b42341,node_agent_mmd_orchestration_layer_orchestration_scaf_ff8f92f6,node_agent_mmd_memory_vector_layer_memorylayer_scaffo_a86eece1,types_17_ed30531c,node_agent_mmd_orchestration_layer_orchestration_clas_899b821a,node_agent_mmd_memory_vector_layer_memorylayer_classi_1ebbf5ff,control_plane_core_db3b4cb2,metrics_capture_core_db4bf7cf,registries_06402afa,lifecycle_intent_test_fixtures_a53c7ada,node_agent_mmd_orchestration_layer_orchestration_tool_6fb851c8,node_agent_mmd_tool_layer_toollayer_tooling_paths_too_64483840,node_agent_mmd_memory_vector_layer_memorylayer_toolin_0b766498,add_cli_7614de25,brain_validator_be251832,cli_args_8_d546936e,cli_types_1686e858,cli_value_flags_732a8e43,cli_10_35dc8cbd,domain_mapper_cd9333d2,help_106a5842,lint_attachments_873c0632,lint_checks_83522b19,lint_cli_9ec62ec0,lint_pages_e33301d0,lint_types_2862c255,metadata_scanner_6a101b66,preflight_cli_5d148379,query_cli_b95be64d,query_presenter_02e6077c,rules_6c621d1a,stale_cli_64548720,stale_presenter_1de4e3a2,status_cli_4c24a0d6,status_presenter_8de686c1,node_agent_mmd_orchestration_layer_orchestration_sugg_85c5ebe3,node_agent_mmd_memory_vector_layer_memorylayer_sugges_267f408d,node_agent_mmd_orchestration_layer_orchestration_prom_e7fa0708,node_agent_mmd_llm_model_layer_llmlayer_prompt_contex_0bf03c2e,node_agent_mmd_memory_vector_layer_memorylayer_prompt_b3bc9b07,node_agent_mmd_orchestration_layer_orchestration_prom_d17b4de2,node_agent_mmd_llm_model_layer_llmlayer_prompt_contex_81f9066a,node_agent_mmd_tool_layer_toollayer_prompt_context_dr_a2772f2b,node_agent_mmd_memory_vector_layer_memorylayer_prompt_ae34fc43,node_agent_mmd_orchestration_layer_orchestration_prom_77088997,node_agent_mmd_llm_model_layer_llmlayer_prompt_contex_e5066b88,node_agent_mmd_tool_layer_toollayer_prompt_context_dr_bd82da46,node_agent_mmd_memory_vector_layer_memorylayer_prompt_efd77624,orchestrator_11376b7e,eval_runner_0966a6b3,runtime_card_trace_64a5ca95,codex_runtime_evidence_types_f55808dd,codex_runtime_evidence_validation_sections_6d236b4a,runtime_evidence_contract_validation_sections_1779ca7c,runtime_evidence_contract_0f7b15b2,analysis_f44e85c4,runner_527aa9f4,verify_work_1_cd8e7ec3,cli_args_14_3481043e,runner_1_6f281bf8,orchestrator_core_d0678b53,orchestrator_1_6b7137c5 agentNode
  classDef llmNode fill:#555,color:#fff
-   class node_agent_mmd_orchestration_layer_orchestration_chec_7a9f0b64,node_agent_mmd_llm_model_layer_llmlayer_check_codex_a_29e7b7fa,node_agent_mmd_tool_layer_toollayer_check_codex_agent_4b361d5a,node_agent_mmd_orchestration_layer_orchestration_chec_7fd47f5c,node_agent_mmd_llm_model_layer_llmlayer_check_steerin_0e1bf90d,node_agent_mmd_tool_layer_toollayer_check_steering_fe_eafecf3a,node_agent_mmd_memory_vector_layer_memorylayer_check__64c86928,node_agent_mmd_orchestration_layer_orchestration_run__18817957,node_agent_mmd_llm_model_layer_llmlayer_run_harness_e_603fcfdc,node_agent_mmd_tool_layer_toollayer_run_harness_evals_e2ee24f1,node_agent_mmd_memory_vector_layer_memorylayer_run_ha_5b637d0d,validate_decision_request_2e5c325e,validate_goal_completion_audit_receipt_100d252c,node_agent_mmd_orchestration_layer_orchestration_vali_c01b04be,node_agent_mmd_llm_model_layer_llmlayer_validate_pack_2a12e1f4,node_agent_mmd_tool_layer_toollayer_validate_packaged_2855c827,node_agent_mmd_llm_model_layer_llmlayer_validate_prom_9880f764,node_agent_mmd_memory_vector_layer_memorylayer_valida_c52c4db8,validate_reviewer_coverage_251efee3,node_agent_mmd_llm_model_layer_llmlayer_validate_syst_5636156e,node_agent_mmd_memory_vector_layer_memorylayer_valida_db599a97,check_environment_core_2c16213f,node_agent_mmd_llm_model_layer_llmlayer_context_conte_ad2dfbd9,node_agent_mmd_memory_vector_layer_memorylayer_contex_78ceaaa9,node_agent_mmd_llm_model_layer_llmlayer_index_context_1041bd11,node_agent_mmd_memory_vector_layer_memorylayer_index__6f3402d0,node_agent_mmd_orchestration_layer_orchestration_next_bd28cb25,node_agent_mmd_llm_model_layer_llmlayer_next_prompt_c_bdfb9c8c,node_agent_mmd_memory_vector_layer_memorylayer_next_p_25a3d4ff,node_agent_mmd_orchestration_layer_orchestration_next_2419fcae,node_agent_mmd_llm_model_layer_llmlayer_next_recommen_b2930791,node_agent_mmd_memory_vector_layer_memorylayer_next_r_ef64c9f9,prompt_gate_c5e9d207,node_agent_mmd_orchestration_layer_orchestration_reme_359fe98f,node_agent_mmd_llm_model_layer_llmlayer_remediate_run_9e3d4585,node_agent_mmd_tool_layer_toollayer_remediate_runner__c003b871,node_agent_mmd_llm_model_layer_llmlayer_search_search_66b9a911,node_agent_mmd_memory_vector_layer_memorylayer_search_ac35cb7e,node_agent_mmd_orchestration_layer_orchestration_cont_61b3b9c9,node_agent_mmd_llm_model_layer_llmlayer_context_healt_cfc0bfa8,node_agent_mmd_memory_vector_layer_memorylayer_contex_3204aa0e,node_agent_mmd_orchestration_layer_orchestration_comm_1f8cc24c,node_agent_mmd_llm_model_layer_llmlayer_command_specs_782af9fa,node_agent_mmd_memory_vector_layer_memorylayer_comman_111eb454,pilot_evaluate_command_spec_1084ea72,pilot_rollback_command_spec_4fe69f7d,prompt_gate_command_spec_9a941482,node_agent_mmd_llm_model_layer_llmlayer_constants_con_c9bd3f6c,node_agent_mmd_memory_vector_layer_memorylayer_consta_702d3f46,node_agent_mmd_llm_model_layer_llmlayer_index_index_1_02e160ff,node_agent_mmd_memory_vector_layer_memorylayer_index__752bc61e,node_agent_mmd_llm_model_layer_llmlayer_indexer_index_4f4deef5,node_agent_mmd_memory_vector_layer_memorylayer_indexe_93e6d86f,node_agent_mmd_llm_model_layer_llmlayer_ollama_ollama_968b23fa,node_agent_mmd_memory_vector_layer_memorylayer_ollama_6d51be16,node_agent_mmd_llm_model_layer_llmlayer_sync_contract_9f3cc8c1,node_agent_mmd_memory_vector_layer_memorylayer_sync_c_e43418bc,north_star_validators_cfc926ce,hilt_boundary_9b36fb15,types_10_75e5a4a0,goal_completion_audit_receipt_validation_9d0f4891,goal_completion_audit_receipt_5e4939c3,index_5_522f772a,node_agent_mmd_tool_layer_toollayer_constants_constan_9d71b829,types_18_37582e2a,sensitive_text_7c11f760,pr_template_linked_issue_relationship_a7b61f2c,pr_template_validator_rules_20a32d6b,node_agent_mmd_orchestration_layer_orchestration_prom_d17b4de2,node_agent_mmd_llm_model_layer_llmlayer_prompt_contex_81f9066a,node_agent_mmd_tool_layer_toollayer_prompt_context_dr_a2772f2b,node_agent_mmd_memory_vector_layer_memorylayer_prompt_ae34fc43,node_agent_mmd_orchestration_layer_orchestration_prom_77088997,node_agent_mmd_llm_model_layer_llmlayer_prompt_contex_e5066b88,node_agent_mmd_tool_layer_toollayer_prompt_context_dr_bd82da46,node_agent_mmd_memory_vector_layer_memorylayer_prompt_efd77624,node_agent_mmd_llm_model_layer_llmlayer_prompt_contex_6426acc2,node_agent_mmd_memory_vector_layer_memorylayer_prompt_55c0d605,cli_args_9_9c136878,cli_11_338a8415,sections_4697ef32,types_28_4476fcc6,validator_7_f836eb0e,cli_args_10_861cdd3f llmNode
+   class node_agent_mmd_orchestration_layer_orchestration_chec_7a9f0b64,node_agent_mmd_llm_model_layer_llmlayer_check_codex_a_29e7b7fa,node_agent_mmd_tool_layer_toollayer_check_codex_agent_4b361d5a,node_agent_mmd_orchestration_layer_orchestration_chec_7fd47f5c,node_agent_mmd_llm_model_layer_llmlayer_check_steerin_0e1bf90d,node_agent_mmd_tool_layer_toollayer_check_steering_fe_eafecf3a,node_agent_mmd_memory_vector_layer_memorylayer_check__64c86928,node_agent_mmd_orchestration_layer_orchestration_run__18817957,node_agent_mmd_llm_model_layer_llmlayer_run_harness_e_603fcfdc,node_agent_mmd_tool_layer_toollayer_run_harness_evals_e2ee24f1,node_agent_mmd_memory_vector_layer_memorylayer_run_ha_5b637d0d,validate_decision_request_2e5c325e,validate_goal_completion_audit_receipt_100d252c,node_agent_mmd_orchestration_layer_orchestration_vali_c01b04be,node_agent_mmd_llm_model_layer_llmlayer_validate_pack_2a12e1f4,node_agent_mmd_tool_layer_toollayer_validate_packaged_2855c827,node_agent_mmd_llm_model_layer_llmlayer_validate_prom_9880f764,node_agent_mmd_memory_vector_layer_memorylayer_valida_c52c4db8,validate_reviewer_coverage_251efee3,node_agent_mmd_llm_model_layer_llmlayer_validate_syst_5636156e,node_agent_mmd_memory_vector_layer_memorylayer_valida_db599a97,node_agent_mmd_llm_model_layer_llmlayer_write_prompt__cd0a0f0b,node_agent_mmd_memory_vector_layer_memorylayer_write__a8df92d8,check_environment_core_2c16213f,node_agent_mmd_llm_model_layer_llmlayer_context_conte_ad2dfbd9,node_agent_mmd_memory_vector_layer_memorylayer_contex_78ceaaa9,node_agent_mmd_llm_model_layer_llmlayer_index_context_1041bd11,node_agent_mmd_memory_vector_layer_memorylayer_index__6f3402d0,node_agent_mmd_orchestration_layer_orchestration_next_bd28cb25,node_agent_mmd_llm_model_layer_llmlayer_next_prompt_c_bdfb9c8c,node_agent_mmd_memory_vector_layer_memorylayer_next_p_25a3d4ff,node_agent_mmd_orchestration_layer_orchestration_next_2419fcae,node_agent_mmd_llm_model_layer_llmlayer_next_recommen_b2930791,node_agent_mmd_memory_vector_layer_memorylayer_next_r_ef64c9f9,prompt_gate_c5e9d207,node_agent_mmd_orchestration_layer_orchestration_reme_359fe98f,node_agent_mmd_llm_model_layer_llmlayer_remediate_run_9e3d4585,node_agent_mmd_tool_layer_toollayer_remediate_runner__c003b871,node_agent_mmd_llm_model_layer_llmlayer_search_search_66b9a911,node_agent_mmd_memory_vector_layer_memorylayer_search_ac35cb7e,node_agent_mmd_orchestration_layer_orchestration_cont_61b3b9c9,node_agent_mmd_llm_model_layer_llmlayer_context_healt_cfc0bfa8,node_agent_mmd_memory_vector_layer_memorylayer_contex_3204aa0e,node_agent_mmd_orchestration_layer_orchestration_comm_1f8cc24c,node_agent_mmd_llm_model_layer_llmlayer_command_specs_782af9fa,node_agent_mmd_memory_vector_layer_memorylayer_comman_111eb454,pilot_evaluate_command_spec_1084ea72,pilot_rollback_command_spec_4fe69f7d,prompt_gate_command_spec_9a941482,node_agent_mmd_llm_model_layer_llmlayer_constants_con_c9bd3f6c,node_agent_mmd_memory_vector_layer_memorylayer_consta_702d3f46,node_agent_mmd_llm_model_layer_llmlayer_index_index_1_02e160ff,node_agent_mmd_memory_vector_layer_memorylayer_index__752bc61e,node_agent_mmd_llm_model_layer_llmlayer_indexer_index_4f4deef5,node_agent_mmd_memory_vector_layer_memorylayer_indexe_93e6d86f,node_agent_mmd_llm_model_layer_llmlayer_ollama_ollama_968b23fa,node_agent_mmd_memory_vector_layer_memorylayer_ollama_6d51be16,node_agent_mmd_llm_model_layer_llmlayer_sync_contract_9f3cc8c1,node_agent_mmd_memory_vector_layer_memorylayer_sync_c_e43418bc,north_star_validators_cfc926ce,hilt_boundary_9b36fb15,types_10_75e5a4a0,goal_completion_audit_receipt_validation_9d0f4891,goal_completion_audit_receipt_5e4939c3,index_5_522f772a,node_agent_mmd_tool_layer_toollayer_constants_constan_9d71b829,types_18_37582e2a,sensitive_text_7c11f760,pr_template_linked_issue_relationship_a7b61f2c,pr_template_validator_rules_20a32d6b,node_agent_mmd_orchestration_layer_orchestration_prom_e7fa0708,node_agent_mmd_llm_model_layer_llmlayer_prompt_contex_0bf03c2e,node_agent_mmd_memory_vector_layer_memorylayer_prompt_b3bc9b07,node_agent_mmd_orchestration_layer_orchestration_prom_d17b4de2,node_agent_mmd_llm_model_layer_llmlayer_prompt_contex_81f9066a,node_agent_mmd_tool_layer_toollayer_prompt_context_dr_a2772f2b,node_agent_mmd_memory_vector_layer_memorylayer_prompt_ae34fc43,node_agent_mmd_orchestration_layer_orchestration_prom_77088997,node_agent_mmd_llm_model_layer_llmlayer_prompt_contex_e5066b88,node_agent_mmd_tool_layer_toollayer_prompt_context_dr_bd82da46,node_agent_mmd_memory_vector_layer_memorylayer_prompt_efd77624,node_agent_mmd_llm_model_layer_llmlayer_prompt_contex_6426acc2,node_agent_mmd_memory_vector_layer_memorylayer_prompt_55c0d605,cli_args_9_9c136878,cli_11_338a8415,sections_4697ef32,types_28_4476fcc6,validator_7_f836eb0e,cli_args_10_861cdd3f llmNode
  classDef toolNode fill:#555,color:#fff
  class node_agent_mmd_orchestration_layer_orchestration_chec_7a9f0b64,node_agent_mmd_llm_model_layer_llmlayer_check_codex_a_29e7b7fa,node_agent_mmd_tool_layer_toollayer_check_codex_agent_4b361d5a,node_agent_mmd_orchestration_layer_orchestration_chec_7fd47f5c,node_agent_mmd_llm_model_layer_llmlayer_check_steerin_0e1bf90d,node_agent_mmd_tool_layer_toollayer_check_steering_fe_eafecf3a,node_agent_mmd_memory_vector_layer_memorylayer_check__64c86928,check_tooling_baseline_parity_3124b30a,node_agent_mmd_orchestration_layer_orchestration_run__18817957,node_agent_mmd_llm_model_layer_llmlayer_run_harness_e_603fcfdc,node_agent_mmd_tool_layer_toollayer_run_harness_evals_e2ee24f1,node_agent_mmd_memory_vector_layer_memorylayer_run_ha_5b637d0d,validate_action_review_receipt_fa2f06c3,node_agent_mmd_orchestration_layer_orchestration_vali_c01b04be,node_agent_mmd_llm_model_layer_llmlayer_validate_pack_2a12e1f4,node_agent_mmd_tool_layer_toollayer_validate_packaged_2855c827,validate_replay_packet_f309747e,node_agent_mmd_tool_layer_toollayer_ci_migrate_core_c_049f8460,node_agent_mmd_memory_vector_layer_memorylayer_ci_mig_0cd5b1a4,doctor_checks_5a2eb2b9,doctor_github_tool_check_e0a938df,doctor_github_tool_checks_a53b0382,doctor_tool_checks_4acac51a,fleet_plan_repo_ecdc6499,next_blocked_decisions_4140ad2b,next_pr_closeout_contract_af31d30a,policy_gate_213f7313,remediate_cli_output_cc165396,node_agent_mmd_orchestration_layer_orchestration_reme_359fe98f,node_agent_mmd_llm_model_layer_llmlayer_remediate_run_9e3d4585,node_agent_mmd_tool_layer_toollayer_remediate_runner__c003b871,node_agent_mmd_tool_layer_toollayer_review_gate_core__7704598b,node_agent_mmd_memory_vector_layer_memorylayer_review_5bee9816,index_1bc04b52,types_1_4ecdf56e,validation_constants_e002a0f6,validation_98c41dcd,node_agent_mmd_orchestration_layer_orchestration_chec_0550c395,node_agent_mmd_tool_layer_toollayer_checker_checker_2_453d593b,node_agent_mmd_memory_vector_layer_memorylayer_checke_a583eb4f,node_agent_mmd_orchestration_layer_orchestration_shar_724ef5f0,node_agent_mmd_tool_layer_toollayer_shared_state_poli_53734acd,cli_args_1_6144b055,node_agent_mmd_orchestration_layer_orchestration_comm_6e41a7f7,node_agent_mmd_tool_layer_toollayer_command_capabilit_7fe13db1,node_agent_mmd_tool_layer_toollayer_command_capabilit_e97a4615,node_agent_mmd_memory_vector_layer_memorylayer_comman_c72a5d05,linear_command_actions_e430f4f4,node_agent_mmd_orchestration_layer_orchestration_line_b67affd5,node_agent_mmd_tool_layer_toollayer_linear_command_ru_d6763748,node_agent_mmd_orchestration_layer_orchestration_poli_3270b55d,node_agent_mmd_tool_layer_toollayer_policy_validators_af136abf,node_agent_mmd_memory_vector_layer_memorylayer_policy_1944de42,shared_state_action_validator_e7b128cd,node_agent_mmd_orchestration_layer_orchestration_type_7cf81261,node_agent_mmd_tool_layer_toollayer_types_core_types__6c8319b6,node_agent_mmd_memory_vector_layer_memorylayer_types__83f369fa,node_agent_mmd_orchestration_layer_orchestration_vali_d9fe99e6,node_agent_mmd_tool_layer_toollayer_validator_core_va_6ef6131f,node_agent_mmd_memory_vector_layer_memorylayer_valida_41034356,validator_helpers_7b927667,node_agent_mmd_orchestration_layer_orchestration_he_p_fc778c24,node_agent_mmd_tool_layer_toollayer_he_phase_exit_cor_af016160,environment_runtime_3206f0a8,observed_skill_usage_ed7d5930,closure_evidence_aaa31467,pr_creator_dc6b1ea4,client_948fe603,init_output_360dce91,scaffold_ci_templates_2afd6392,scaffold_codex_environment_templates_334fbbed,scaffold_config_templates_4b80ce53,node_agent_mmd_orchestration_layer_orchestration_scaf_c9a90c2f,node_agent_mmd_tool_layer_toollayer_scaffold_environm_c1afc013,node_agent_mmd_memory_vector_layer_memorylayer_scaffo_12b42341,scaffold_github_actions_pr_pipeline_renderer_1ee18de5,scaffold_github_actions_pr_pipeline_template_e2b85f62,scaffold_package_command_template_80e32e83,scaffold_release_private_npm_template_075499f8,node_agent_mmd_llm_model_layer_llmlayer_constants_con_c9bd3f6c,node_agent_mmd_tool_layer_toollayer_constants_constan_9d71b829,index_9_32dd4d91,validation_common_6161e48b,node_agent_mmd_tool_layer_toollayer_cli_cli_2_1_32d9eeaf,node_agent_mmd_memory_vector_layer_memorylayer_cli_cl_1f1f89ab,node_agent_mmd_tool_layer_toollayer_metrics_tracker_m_4c9237d8,node_agent_mmd_memory_vector_layer_memorylayer_metric_12562178,normalise_renderer_85f2e563,evaluation_engine_core_e054fe49,tooling_baseline_50ab2eeb,node_agent_mmd_orchestration_layer_orchestration_tool_6fb851c8,node_agent_mmd_tool_layer_toollayer_tooling_paths_too_64483840,node_agent_mmd_memory_vector_layer_memorylayer_toolin_0b766498,node_agent_mmd_orchestration_layer_orchestration_prom_d17b4de2,node_agent_mmd_llm_model_layer_llmlayer_prompt_contex_81f9066a,node_agent_mmd_tool_layer_toollayer_prompt_context_dr_a2772f2b,node_agent_mmd_memory_vector_layer_memorylayer_prompt_ae34fc43,node_agent_mmd_orchestration_layer_orchestration_prom_77088997,node_agent_mmd_llm_model_layer_llmlayer_prompt_contex_e5066b88,node_agent_mmd_tool_layer_toollayer_prompt_context_dr_bd82da46,node_agent_mmd_memory_vector_layer_memorylayer_prompt_efd77624,replay_packet_a1293f88,index_14_d982116c,review_lifecycle_contract_e5447221,review_lifecycle_89afa64c,node_agent_mmd_tool_layer_toollayer_runtime_card_code_3636ceac,node_agent_mmd_memory_vector_layer_memorylayer_runtim_a5d23e7f,runtime_card_codex_runtime_0655e230,runtime_evidence_bundle_d471a232,types_37_32ccf9f9,index_17_642943a2,projection_1b250ea1,types_39_d07de160,validation_8_b9fa10af toolNode
  classDef memNode fill:#555,color:#fff
-   class node_agent_mmd_orchestration_layer_orchestration_chec_7fd47f5c,node_agent_mmd_llm_model_layer_llmlayer_check_steerin_0e1bf90d,node_agent_mmd_tool_layer_toollayer_check_steering_fe_eafecf3a,node_agent_mmd_memory_vector_layer_memorylayer_check__64c86928,normalize_workflow_contracts_8701f1c8,node_agent_mmd_orchestration_layer_orchestration_run__18817957,node_agent_mmd_llm_model_layer_llmlayer_run_harness_e_603fcfdc,node_agent_mmd_tool_layer_toollayer_run_harness_evals_e2ee24f1,node_agent_mmd_memory_vector_layer_memorylayer_run_ha_5b637d0d,sync_codex_preflight_7e7a8dc2,test_harness_upgrade_matrix_84113c4e,node_agent_mmd_llm_model_layer_llmlayer_validate_prom_9880f764,node_agent_mmd_memory_vector_layer_memorylayer_valida_c52c4db8,validate_runtime_packet_schemas_bc3ba8ec,node_agent_mmd_llm_model_layer_llmlayer_validate_syst_5636156e,node_agent_mmd_memory_vector_layer_memorylayer_valida_db599a97,validate_workflow_contracts_33dc063c,branch_protect_core_a8feb0fd,node_agent_mmd_tool_layer_toollayer_ci_migrate_core_c_049f8460,node_agent_mmd_memory_vector_layer_memorylayer_ci_mig_0cd5b1a4,context_health_80bb7da9,node_agent_mmd_llm_model_layer_llmlayer_context_conte_ad2dfbd9,node_agent_mmd_memory_vector_layer_memorylayer_contex_78ceaaa9,docs_gate_classification_2f51c90b,docs_gate_types_d285abb6,node_agent_mmd_llm_model_layer_llmlayer_index_context_1041bd11,node_agent_mmd_memory_vector_layer_memorylayer_index__6f3402d0,local_memory_preflight_dcc36c42,memory_gate_a577a506,node_agent_mmd_orchestration_layer_orchestration_next_bd28cb25,node_agent_mmd_llm_model_layer_llmlayer_next_prompt_c_bdfb9c8c,node_agent_mmd_memory_vector_layer_memorylayer_next_p_25a3d4ff,node_agent_mmd_orchestration_layer_orchestration_next_2419fcae,node_agent_mmd_llm_model_layer_llmlayer_next_recommen_b2930791,node_agent_mmd_memory_vector_layer_memorylayer_next_r_ef64c9f9,node_agent_mmd_orchestration_layer_orchestration_next_5393fba1,node_agent_mmd_memory_vector_layer_memorylayer_next_r_7feb80cc,pattern_scope_siblings_43abe000,review_context_ca6cf81d,node_agent_mmd_tool_layer_toollayer_review_gate_core__7704598b,node_agent_mmd_memory_vector_layer_memorylayer_review_5bee9816,node_agent_mmd_llm_model_layer_llmlayer_search_search_66b9a911,node_agent_mmd_memory_vector_layer_memorylayer_search_ac35cb7e,session_context_e5ec72c0,node_agent_mmd_orchestration_layer_orchestration_tool_acfe0c01,node_agent_mmd_memory_vector_layer_memorylayer_toolin_a1185b8f,run_local_memory_preflight_36e92808,node_agent_mmd_orchestration_layer_orchestration_chec_0550c395,node_agent_mmd_tool_layer_toollayer_checker_checker_2_453d593b,node_agent_mmd_memory_vector_layer_memorylayer_checke_a583eb4f,node_agent_mmd_orchestration_layer_orchestration_cont_61b3b9c9,node_agent_mmd_llm_model_layer_llmlayer_context_healt_cfc0bfa8,node_agent_mmd_memory_vector_layer_memorylayer_contex_3204aa0e,node_agent_mmd_orchestration_layer_orchestration_type_4f906dcc,node_agent_mmd_memory_vector_layer_memorylayer_types__9ad640a0,branch_protect_sync_570adb18,node_agent_mmd_tool_layer_toollayer_command_capabilit_e97a4615,node_agent_mmd_memory_vector_layer_memorylayer_comman_c72a5d05,node_agent_mmd_orchestration_layer_orchestration_comm_1f8cc24c,node_agent_mmd_llm_model_layer_llmlayer_command_specs_782af9fa,node_agent_mmd_memory_vector_layer_memorylayer_comman_111eb454,local_memory_preflight_command_spec_9e23f3ce,memory_gate_command_spec_dc9001a9,review_gate_command_spec_3187376a,session_context_command_spec_973afbb1,node_agent_mmd_llm_model_layer_llmlayer_constants_con_c9bd3f6c,node_agent_mmd_memory_vector_layer_memorylayer_consta_702d3f46,context_compact_policy_3dcaf95d,node_agent_mmd_llm_model_layer_llmlayer_index_index_1_02e160ff,node_agent_mmd_memory_vector_layer_memorylayer_index__752bc61e,node_agent_mmd_llm_model_layer_llmlayer_indexer_index_4f4deef5,node_agent_mmd_memory_vector_layer_memorylayer_indexe_93e6d86f,init_error_5c7dd49f,lexical_fallback_723e2b3e,node_agent_mmd_llm_model_layer_llmlayer_ollama_ollama_968b23fa,node_agent_mmd_memory_vector_layer_memorylayer_ollama_6d51be16,rollout_a4fa034c,sources_878a52fc,store_824d80d7,node_agent_mmd_llm_model_layer_llmlayer_sync_contract_9f3cc8c1,node_agent_mmd_memory_vector_layer_memorylayer_sync_c_e43418bc,types_8_f6283648,harness_run_context_ac7c77a9,index_4_013aa0e3,json_schema_core_96d7e328,node_agent_mmd_orchestration_layer_orchestration_poli_3270b55d,node_agent_mmd_tool_layer_toollayer_policy_validators_af136abf,node_agent_mmd_memory_vector_layer_memorylayer_policy_1944de42,node_agent_mmd_orchestration_layer_orchestration_type_7cf81261,node_agent_mmd_tool_layer_toollayer_types_core_types__6c8319b6,node_agent_mmd_memory_vector_layer_memorylayer_types__83f369fa,node_agent_mmd_orchestration_layer_orchestration_vali_d9fe99e6,node_agent_mmd_tool_layer_toollayer_validator_core_va_6ef6131f,node_agent_mmd_memory_vector_layer_memorylayer_valida_41034356,archive_candidates_scanner_d0931789,archive_candidates_dc0e40e1,docs_task_eval_contract_79347457,docs_task_eval_fixtures_44902755,node_agent_mmd_orchestration_layer_orchestration_init_2a9c3ecb,node_agent_mmd_memory_vector_layer_memorylayer_init_m_333d02c5,node_agent_mmd_orchestration_layer_orchestration_proj_6ab6f60f,node_agent_mmd_memory_vector_layer_memorylayer_projec_3ae304d9,scaffold_diagram_templates_dd88e83c,node_agent_mmd_orchestration_layer_orchestration_scaf_12cc07db,node_agent_mmd_memory_vector_layer_memorylayer_scaffo_5fd73b94,node_agent_mmd_orchestration_layer_orchestration_scaf_c9a90c2f,node_agent_mmd_tool_layer_toollayer_scaffold_environm_c1afc013,node_agent_mmd_memory_vector_layer_memorylayer_scaffo_12b42341,scaffold_hook_templates_8c74ab50,scaffold_root_command_templates_404fed7f,scaffold_script_template_registry_69312d4e,scaffold_shell_templates_0ad0f915,scaffold_surfaces_12d6494e,node_agent_mmd_orchestration_layer_orchestration_scaf_ff8f92f6,node_agent_mmd_memory_vector_layer_memorylayer_scaffo_a86eece1,scaffold_workflow_template_92310587,eval_seed_5699fd3e,index_10_f6785a46,review_context_1_e3afed15,memory_gate_1_265164ac,branch_enforcer_acb749cd,cli_args_5_09ea29f0,node_agent_mmd_tool_layer_toollayer_cli_cli_2_1_32d9eeaf,node_agent_mmd_memory_vector_layer_memorylayer_cli_cl_1f1f89ab,node_agent_mmd_tool_layer_toollayer_metrics_tracker_m_4c9237d8,node_agent_mmd_memory_vector_layer_memorylayer_metric_12562178,types_20_071a0112,validator_5_b19ac2be,node_agent_mmd_orchestration_layer_orchestration_clas_899b821a,node_agent_mmd_memory_vector_layer_memorylayer_classi_1ebbf5ff,node_agent_mmd_orchestration_layer_orchestration_tool_6fb851c8,node_agent_mmd_tool_layer_toollayer_tooling_paths_too_64483840,node_agent_mmd_memory_vector_layer_memorylayer_toolin_0b766498,claim_helpers_20dc8387,types_25_89d086aa,local_memory_smoke_1175abfc,local_memory_0db17ecc,performance_overload_c685bfcf,node_agent_mmd_orchestration_layer_orchestration_sugg_85c5ebe3,node_agent_mmd_memory_vector_layer_memorylayer_sugges_267f408d,node_agent_mmd_orchestration_layer_orchestration_prom_d17b4de2,node_agent_mmd_llm_model_layer_llmlayer_prompt_contex_81f9066a,node_agent_mmd_tool_layer_toollayer_prompt_context_dr_a2772f2b,node_agent_mmd_memory_vector_layer_memorylayer_prompt_ae34fc43,node_agent_mmd_orchestration_layer_orchestration_prom_77088997,node_agent_mmd_llm_model_layer_llmlayer_prompt_contex_e5066b88,node_agent_mmd_tool_layer_toollayer_prompt_context_dr_bd82da46,node_agent_mmd_memory_vector_layer_memorylayer_prompt_efd77624,node_agent_mmd_llm_model_layer_llmlayer_prompt_contex_6426acc2,node_agent_mmd_memory_vector_layer_memorylayer_prompt_55c0d605,types_32_bfe791ff,policy_1_fc4198db,node_agent_mmd_tool_layer_toollayer_runtime_card_code_3636ceac,node_agent_mmd_memory_vector_layer_memorylayer_runtim_a5d23e7f,cli_12_01c06c37,collector_0736fd5b,types_35_93e66c64,overload_guard_2748c559 memNode
+   class node_agent_mmd_orchestration_layer_orchestration_chec_7fd47f5c,node_agent_mmd_llm_model_layer_llmlayer_check_steerin_0e1bf90d,node_agent_mmd_tool_layer_toollayer_check_steering_fe_eafecf3a,node_agent_mmd_memory_vector_layer_memorylayer_check__64c86928,normalize_workflow_contracts_8701f1c8,node_agent_mmd_orchestration_layer_orchestration_run__18817957,node_agent_mmd_llm_model_layer_llmlayer_run_harness_e_603fcfdc,node_agent_mmd_tool_layer_toollayer_run_harness_evals_e2ee24f1,node_agent_mmd_memory_vector_layer_memorylayer_run_ha_5b637d0d,sync_codex_preflight_7e7a8dc2,test_harness_upgrade_matrix_84113c4e,node_agent_mmd_llm_model_layer_llmlayer_validate_prom_9880f764,node_agent_mmd_memory_vector_layer_memorylayer_valida_c52c4db8,validate_runtime_packet_schemas_bc3ba8ec,node_agent_mmd_llm_model_layer_llmlayer_validate_syst_5636156e,node_agent_mmd_memory_vector_layer_memorylayer_valida_db599a97,validate_workflow_contracts_33dc063c,node_agent_mmd_llm_model_layer_llmlayer_write_prompt__cd0a0f0b,node_agent_mmd_memory_vector_layer_memorylayer_write__a8df92d8,branch_protect_core_a8feb0fd,node_agent_mmd_tool_layer_toollayer_ci_migrate_core_c_049f8460,node_agent_mmd_memory_vector_layer_memorylayer_ci_mig_0cd5b1a4,context_health_80bb7da9,node_agent_mmd_llm_model_layer_llmlayer_context_conte_ad2dfbd9,node_agent_mmd_memory_vector_layer_memorylayer_contex_78ceaaa9,docs_gate_classification_2f51c90b,docs_gate_types_d285abb6,node_agent_mmd_llm_model_layer_llmlayer_index_context_1041bd11,node_agent_mmd_memory_vector_layer_memorylayer_index__6f3402d0,local_memory_preflight_dcc36c42,memory_gate_a577a506,node_agent_mmd_orchestration_layer_orchestration_next_bd28cb25,node_agent_mmd_llm_model_layer_llmlayer_next_prompt_c_bdfb9c8c,node_agent_mmd_memory_vector_layer_memorylayer_next_p_25a3d4ff,node_agent_mmd_orchestration_layer_orchestration_next_2419fcae,node_agent_mmd_llm_model_layer_llmlayer_next_recommen_b2930791,node_agent_mmd_memory_vector_layer_memorylayer_next_r_ef64c9f9,node_agent_mmd_orchestration_layer_orchestration_next_5393fba1,node_agent_mmd_memory_vector_layer_memorylayer_next_r_7feb80cc,pattern_scope_siblings_43abe000,review_context_ca6cf81d,node_agent_mmd_tool_layer_toollayer_review_gate_core__7704598b,node_agent_mmd_memory_vector_layer_memorylayer_review_5bee9816,node_agent_mmd_llm_model_layer_llmlayer_search_search_66b9a911,node_agent_mmd_memory_vector_layer_memorylayer_search_ac35cb7e,session_context_e5ec72c0,node_agent_mmd_orchestration_layer_orchestration_tool_acfe0c01,node_agent_mmd_memory_vector_layer_memorylayer_toolin_a1185b8f,run_local_memory_preflight_36e92808,node_agent_mmd_orchestration_layer_orchestration_chec_0550c395,node_agent_mmd_tool_layer_toollayer_checker_checker_2_453d593b,node_agent_mmd_memory_vector_layer_memorylayer_checke_a583eb4f,node_agent_mmd_orchestration_layer_orchestration_cont_61b3b9c9,node_agent_mmd_llm_model_layer_llmlayer_context_healt_cfc0bfa8,node_agent_mmd_memory_vector_layer_memorylayer_contex_3204aa0e,node_agent_mmd_orchestration_layer_orchestration_type_4f906dcc,node_agent_mmd_memory_vector_layer_memorylayer_types__9ad640a0,branch_protect_sync_570adb18,node_agent_mmd_tool_layer_toollayer_command_capabilit_e97a4615,node_agent_mmd_memory_vector_layer_memorylayer_comman_c72a5d05,node_agent_mmd_orchestration_layer_orchestration_comm_1f8cc24c,node_agent_mmd_llm_model_layer_llmlayer_command_specs_782af9fa,node_agent_mmd_memory_vector_layer_memorylayer_comman_111eb454,local_memory_preflight_command_spec_9e23f3ce,memory_gate_command_spec_dc9001a9,review_gate_command_spec_3187376a,session_context_command_spec_973afbb1,node_agent_mmd_llm_model_layer_llmlayer_constants_con_c9bd3f6c,node_agent_mmd_memory_vector_layer_memorylayer_consta_702d3f46,context_compact_policy_3dcaf95d,node_agent_mmd_llm_model_layer_llmlayer_index_index_1_02e160ff,node_agent_mmd_memory_vector_layer_memorylayer_index__752bc61e,node_agent_mmd_llm_model_layer_llmlayer_indexer_index_4f4deef5,node_agent_mmd_memory_vector_layer_memorylayer_indexe_93e6d86f,init_error_5c7dd49f,lexical_fallback_723e2b3e,node_agent_mmd_llm_model_layer_llmlayer_ollama_ollama_968b23fa,node_agent_mmd_memory_vector_layer_memorylayer_ollama_6d51be16,rollout_a4fa034c,sources_878a52fc,store_824d80d7,node_agent_mmd_llm_model_layer_llmlayer_sync_contract_9f3cc8c1,node_agent_mmd_memory_vector_layer_memorylayer_sync_c_e43418bc,types_8_f6283648,harness_run_context_ac7c77a9,index_4_013aa0e3,json_schema_core_96d7e328,node_agent_mmd_orchestration_layer_orchestration_poli_3270b55d,node_agent_mmd_tool_layer_toollayer_policy_validators_af136abf,node_agent_mmd_memory_vector_layer_memorylayer_policy_1944de42,node_agent_mmd_orchestration_layer_orchestration_type_7cf81261,node_agent_mmd_tool_layer_toollayer_types_core_types__6c8319b6,node_agent_mmd_memory_vector_layer_memorylayer_types__83f369fa,node_agent_mmd_orchestration_layer_orchestration_vali_d9fe99e6,node_agent_mmd_tool_layer_toollayer_validator_core_va_6ef6131f,node_agent_mmd_memory_vector_layer_memorylayer_valida_41034356,archive_candidates_scanner_d0931789,archive_candidates_dc0e40e1,docs_task_eval_contract_79347457,docs_task_eval_fixtures_44902755,node_agent_mmd_orchestration_layer_orchestration_init_2a9c3ecb,node_agent_mmd_memory_vector_layer_memorylayer_init_m_333d02c5,node_agent_mmd_orchestration_layer_orchestration_proj_6ab6f60f,node_agent_mmd_memory_vector_layer_memorylayer_projec_3ae304d9,scaffold_diagram_templates_dd88e83c,node_agent_mmd_orchestration_layer_orchestration_scaf_12cc07db,node_agent_mmd_memory_vector_layer_memorylayer_scaffo_5fd73b94,node_agent_mmd_orchestration_layer_orchestration_scaf_c9a90c2f,node_agent_mmd_tool_layer_toollayer_scaffold_environm_c1afc013,node_agent_mmd_memory_vector_layer_memorylayer_scaffo_12b42341,scaffold_hook_templates_8c74ab50,scaffold_root_command_templates_404fed7f,scaffold_script_template_registry_69312d4e,scaffold_shell_templates_0ad0f915,scaffold_surfaces_12d6494e,node_agent_mmd_orchestration_layer_orchestration_scaf_ff8f92f6,node_agent_mmd_memory_vector_layer_memorylayer_scaffo_a86eece1,scaffold_workflow_template_92310587,eval_seed_5699fd3e,index_10_f6785a46,review_context_1_e3afed15,memory_gate_1_265164ac,branch_enforcer_acb749cd,cli_args_5_09ea29f0,node_agent_mmd_tool_layer_toollayer_cli_cli_2_1_32d9eeaf,node_agent_mmd_memory_vector_layer_memorylayer_cli_cl_1f1f89ab,node_agent_mmd_tool_layer_toollayer_metrics_tracker_m_4c9237d8,node_agent_mmd_memory_vector_layer_memorylayer_metric_12562178,types_20_071a0112,validator_5_b19ac2be,node_agent_mmd_orchestration_layer_orchestration_clas_899b821a,node_agent_mmd_memory_vector_layer_memorylayer_classi_1ebbf5ff,node_agent_mmd_orchestration_layer_orchestration_tool_6fb851c8,node_agent_mmd_tool_layer_toollayer_tooling_paths_too_64483840,node_agent_mmd_memory_vector_layer_memorylayer_toolin_0b766498,claim_helpers_20dc8387,types_25_89d086aa,local_memory_smoke_1175abfc,local_memory_0db17ecc,performance_overload_c685bfcf,node_agent_mmd_orchestration_layer_orchestration_sugg_85c5ebe3,node_agent_mmd_memory_vector_layer_memorylayer_sugges_267f408d,node_agent_mmd_orchestration_layer_orchestration_prom_e7fa0708,node_agent_mmd_llm_model_layer_llmlayer_prompt_contex_0bf03c2e,node_agent_mmd_memory_vector_layer_memorylayer_prompt_b3bc9b07,node_agent_mmd_orchestration_layer_orchestration_prom_d17b4de2,node_agent_mmd_llm_model_layer_llmlayer_prompt_contex_81f9066a,node_agent_mmd_tool_layer_toollayer_prompt_context_dr_a2772f2b,node_agent_mmd_memory_vector_layer_memorylayer_prompt_ae34fc43,node_agent_mmd_orchestration_layer_orchestration_prom_77088997,node_agent_mmd_llm_model_layer_llmlayer_prompt_contex_e5066b88,node_agent_mmd_tool_layer_toollayer_prompt_context_dr_bd82da46,node_agent_mmd_memory_vector_layer_memorylayer_prompt_efd77624,node_agent_mmd_llm_model_layer_llmlayer_prompt_contex_6426acc2,node_agent_mmd_memory_vector_layer_memorylayer_prompt_55c0d605,types_32_bfe791ff,policy_1_fc4198db,node_agent_mmd_tool_layer_toollayer_runtime_card_code_3636ceac,node_agent_mmd_memory_vector_layer_memorylayer_runtim_a5d23e7f,cli_12_01c06c37,collector_0736fd5b,types_35_93e66c64,overload_guard_2748c559 memNode
